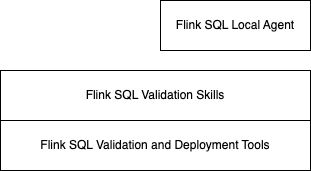
Before: docs/images/arch.drawio.png, a diagram exported from draw.io (jbcodeforce/migration-to-flink-skills). Source tidied: cells renumbered, new cells last; positions are measured from the earlier drawing's top-left corner, leaving out a move shared by most shapes. Source of this version:
```xml
<mxGraphModel>
  <root>
    <mxCell id="0" />
    <mxCell id="1" parent="0" />
    <mxCell id="2" value="Flink SQL Validation and Deployment Tools" style="rounded=0;whiteSpace=wrap;html=1;" parent="1" vertex="1">
      <mxGeometry y="120" width="310" height="50" as="geometry" />
    </mxCell>
    <mxCell id="3" value="Flink SQL Local Agent" style="rounded=0;whiteSpace=wrap;html=1;" parent="1" vertex="1">
      <mxGeometry x="160" width="150" height="50" as="geometry" />
    </mxCell>
    <mxCell id="4" value="Flink SQL Validation Skills" style="rounded=0;whiteSpace=wrap;html=1;" parent="1" vertex="1">
      <mxGeometry y="70" width="310" height="50" as="geometry" />
    </mxCell>
  </root>
</mxGraphModel>
```
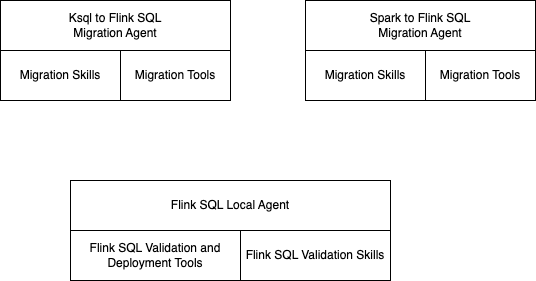
After the change.

What changed in the source:
```diff
@@ -3,13 +3,31 @@
     <mxCell id="0" />
     <mxCell id="1" parent="0" />
     <mxCell id="2" value="Flink SQL Validation and Deployment Tools" style="rounded=0;whiteSpace=wrap;html=1;" parent="1" vertex="1">
-      <mxGeometry y="120" width="310" height="50" as="geometry" />
+      <mxGeometry x="-10" y="70" width="170" height="50" as="geometry" />
     </mxCell>
     <mxCell id="3" value="Flink SQL Local Agent" style="rounded=0;whiteSpace=wrap;html=1;" parent="1" vertex="1">
-      <mxGeometry x="160" width="150" height="50" as="geometry" />
+      <mxGeometry x="-10" y="20" width="320" height="50" as="geometry" />
     </mxCell>
     <mxCell id="4" value="Flink SQL Validation Skills" style="rounded=0;whiteSpace=wrap;html=1;" parent="1" vertex="1">
-      <mxGeometry y="70" width="310" height="50" as="geometry" />
+      <mxGeometry x="160" y="70" width="150" height="50" as="geometry" />
     </mxCell>
+    <mxCell id="5" value="Ksql to Flink SQL&lt;div&gt;Migration Agent&lt;/div&gt;" style="rounded=0;whiteSpace=wrap;html=1;" parent="1" vertex="1">
+      <mxGeometry x="-80" y="-160" width="230" height="50" as="geometry" />
+    </mxCell>
+    <mxCell id="6" value="Migration Skills" style="rounded=0;whiteSpace=wrap;html=1;" parent="1" vertex="1">
+      <mxGeometry x="-80" y="-110" width="120" height="50" as="geometry" />
+    </mxCell>
+    <mxCell id="7" value="Migration Tools" style="rounded=0;whiteSpace=wrap;html=1;" parent="1" vertex="1">
+      <mxGeometry x="40" y="-110" width="110" height="50" as="geometry" />
+    </mxCell>
+    <mxCell id="8" value="Spark to Flink SQL&lt;div&gt;Migration Agent&lt;/div&gt;" style="rounded=0;whiteSpace=wrap;html=1;" parent="1" vertex="1">
+      <mxGeometry x="225" y="-160" width="230" height="50" as="geometry" />
+    </mxCell>
+    <mxCell id="9" value="Migration Skills" style="rounded=0;whiteSpace=wrap;html=1;" parent="1" vertex="1">
+      <mxGeometry x="225" y="-110" width="120" height="50" as="geometry" />
+    </mxCell>
+    <mxCell id="10" value="Migration Tools" style="rounded=0;whiteSpace=wrap;html=1;" parent="1" vertex="1">
+      <mxGeometry x="345" y="-110" width="110" height="50" as="geometry" />
+    </mxCell>
   </root>
 </mxGraphModel>
```
